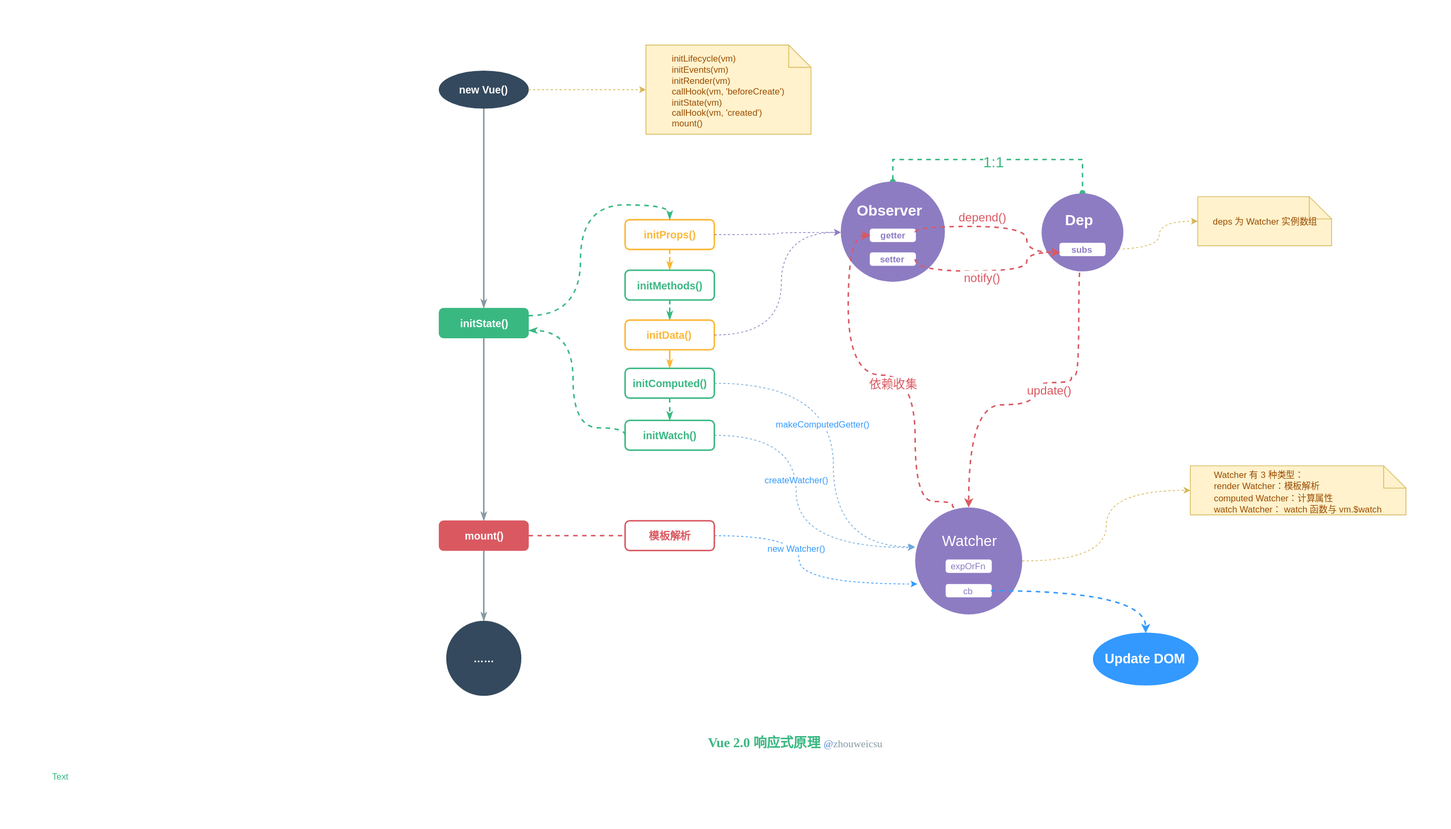
The draw.io diagram draw.io/Vue Reactivity.svg in zhouweicsu/blog, before a commit. Source tidied: cells renumbered, new cells last; positions are measured from the earlier drawing's top-left corner, leaving out a move shared by most shapes.
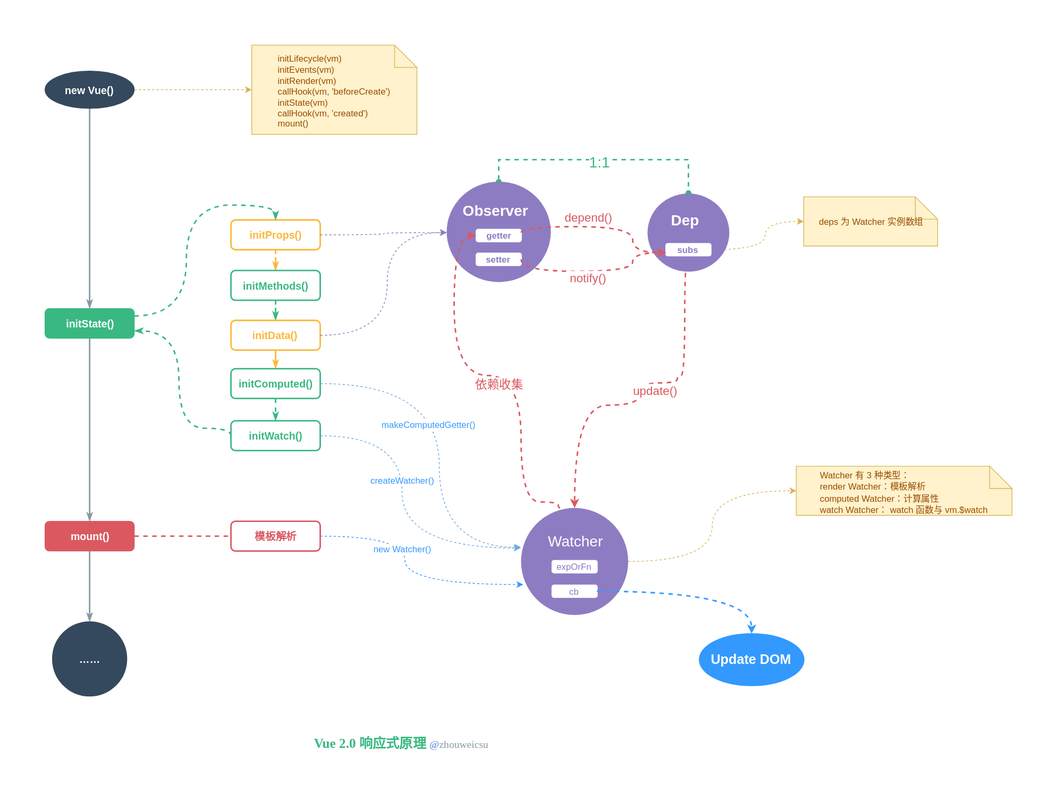
Above is the later version.

Change to the diagram source:
```diff
@@ -179,9 +179,6 @@
     <mxCell id="39" value="&lt;div style=&quot;text-align: center ; line-height: 200%&quot;&gt;&lt;font style=&quot;font-size: 18px&quot;&gt;&lt;font color=&quot;#ffffff&quot;&gt;&lt;b&gt;Update&amp;nbsp;&lt;/b&gt;&lt;/font&gt;&lt;/font&gt;&lt;b style=&quot;color: rgb(255 , 255 , 255)&quot;&gt;&lt;font style=&quot;font-size: 18px ; line-height: 120%&quot;&gt;DOM&lt;/font&gt;&lt;/b&gt;&lt;br&gt;&lt;/div&gt;" style="ellipse;whiteSpace=wrap;html=1;shadow=0;glass=0;comic=0;strokeColor=#3399FF;strokeWidth=2;fillColor=#3399FF;fontFamily=Helvetica;fontSize=14;fontColor=#994C00;align=center;" parent="1" vertex="1">
       <mxGeometry x="1410" y="791" width="140" height="69" as="geometry" />
     </mxCell>
-    <mxCell id="40" value="Text" style="text;html=1;strokeColor=none;fillColor=none;align=center;verticalAlign=middle;whiteSpace=wrap;dashed=1;fontColor=#3AB882;" parent="1" vertex="1">
-      <mxGeometry y="974" width="40" height="20" as="geometry" />
-    </mxCell>
     <mxCell id="41" style="ellipse;whiteSpace=wrap;html=1;strokeColor=none;fillColor=#8E7CC3;fontColor=#3AB882;" parent="1" vertex="1">
       <mxGeometry x="1170" y="622" width="144" height="144" as="geometry" />
     </mxCell>
```
